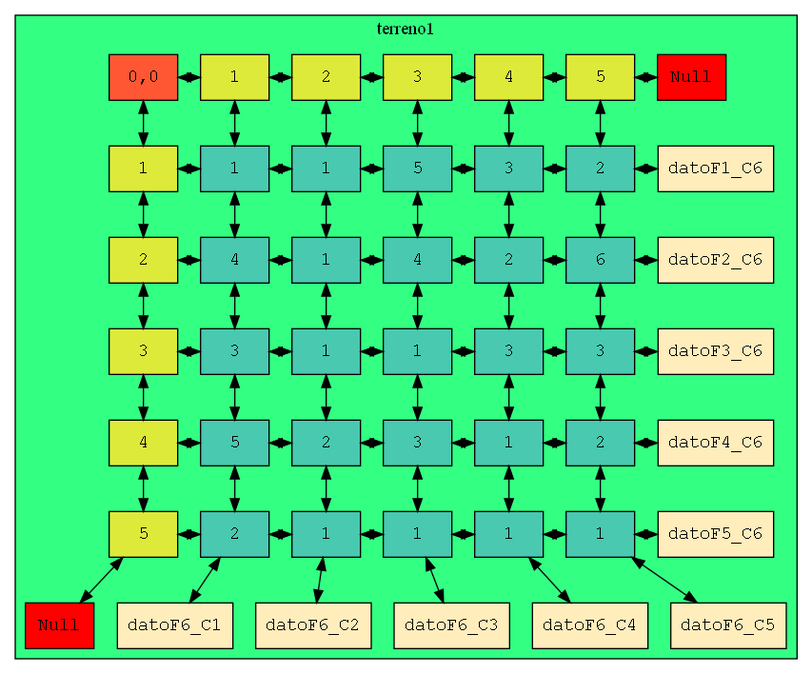
201807066/IPC2_proyecto1_201807066 keeps this Graphviz diagram as graphviz.png. Above is the earlier version. Its source is kept beside it as graphviz.dot.
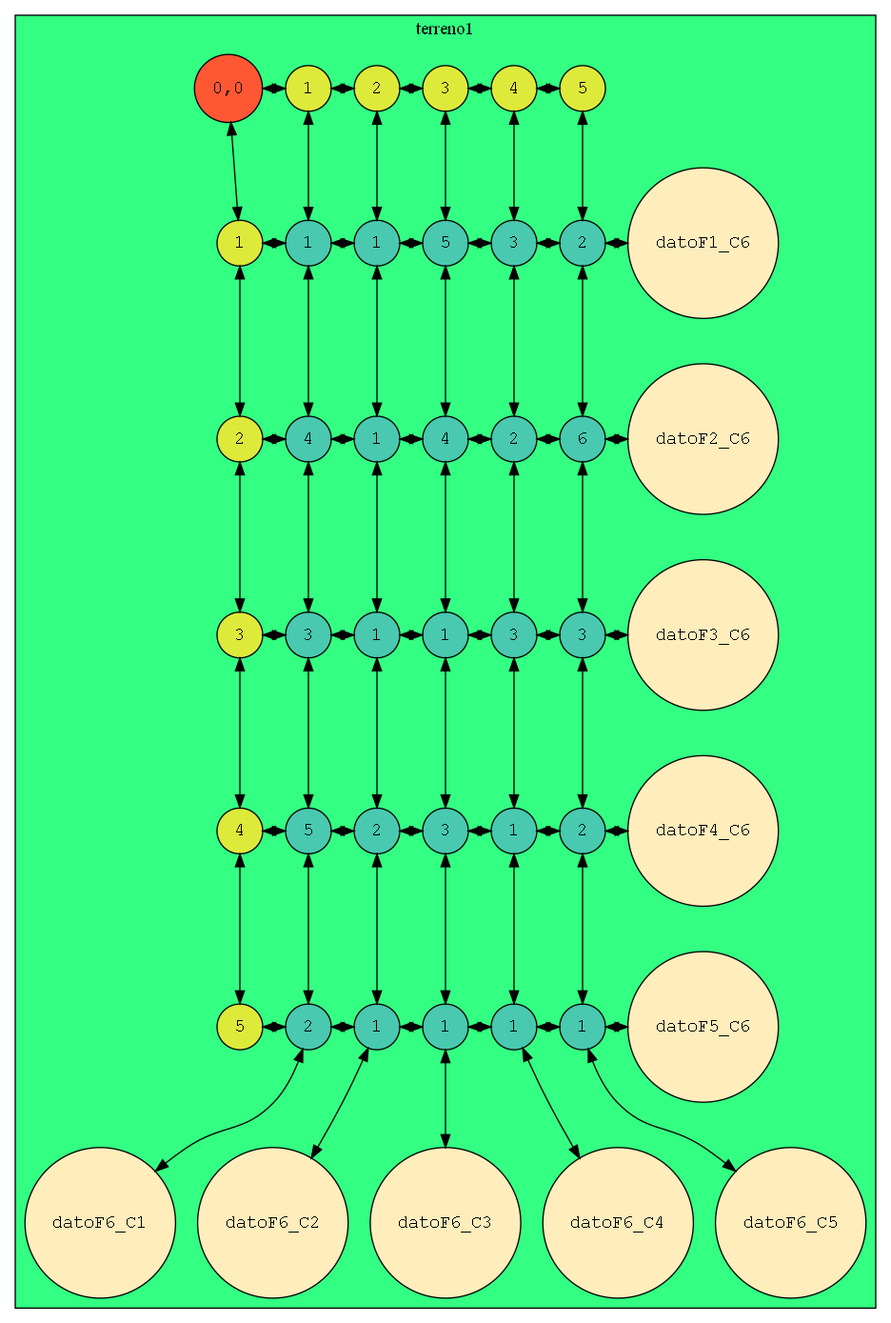
The same file after the commit.

Change to the diagram source:
```diff
@@ -1,5 +1,5 @@
 digraph Matriz{
-node[shape=box fontname=courier fillcolor="#FFEDBB" style=filled]
+node[shape=circle fontname=courier fillcolor="#FFEDBB" style=filled]
 subgraph cluster{
 root[label="0,0", fillcolor="#FF5733"]
 label=terreno1
@@ -14,8 +14,6 @@
 F2->F3
 F3->F4
 F4->F5
-F5->F6
-F6[label="Null" fillcolor="red"]
 C1[label="1", group = 2, fillcolor = "#DDEA3A"]
 C2[label="2", group = 3, fillcolor = "#DDEA3A"]
 C3[label="3", group = 4, fillcolor = "#DDEA3A"]
@@ -25,12 +23,9 @@
 C2->C3
 C3->C4
 C4->C5
-C5->C6
-C6[label="Null" fillcolor="red"]
 root -> F1
 root -> C1
-{rank=same; root, C1, C2, C3, C4, C5,C6
-}
+{rank=same; root, C1, C2, C3, C4, C5}
 datoF1_C1[label="1", group = 2 , fillcolor = "#48C9B0"]
 datoF1_C2[label="1", group = 3 , fillcolor = "#48C9B0"]
 datoF1_C3[label="5", group = 4 , fillcolor = "#48C9B0"]
```
